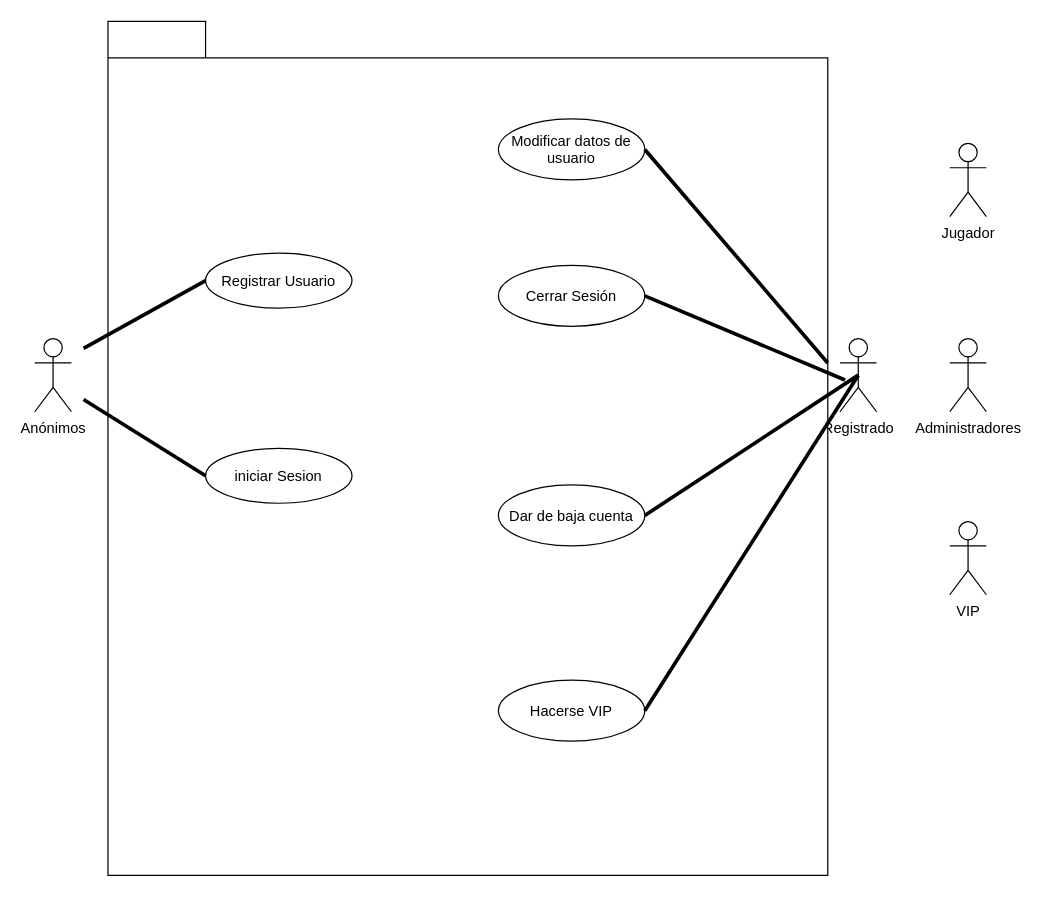
This is GALAXY/CasosdeUsos.drawio from Pattov/clases, a draw.io file, before an edit. Source tidied: cells renumbered, new cells numbered last; positions are measured from the earlier drawing's top-left corner, leaving out a move shared by most shapes. Both pictures are drawn from the tidied source at 122%, with x=0, y=0 at pixel (34, 21).
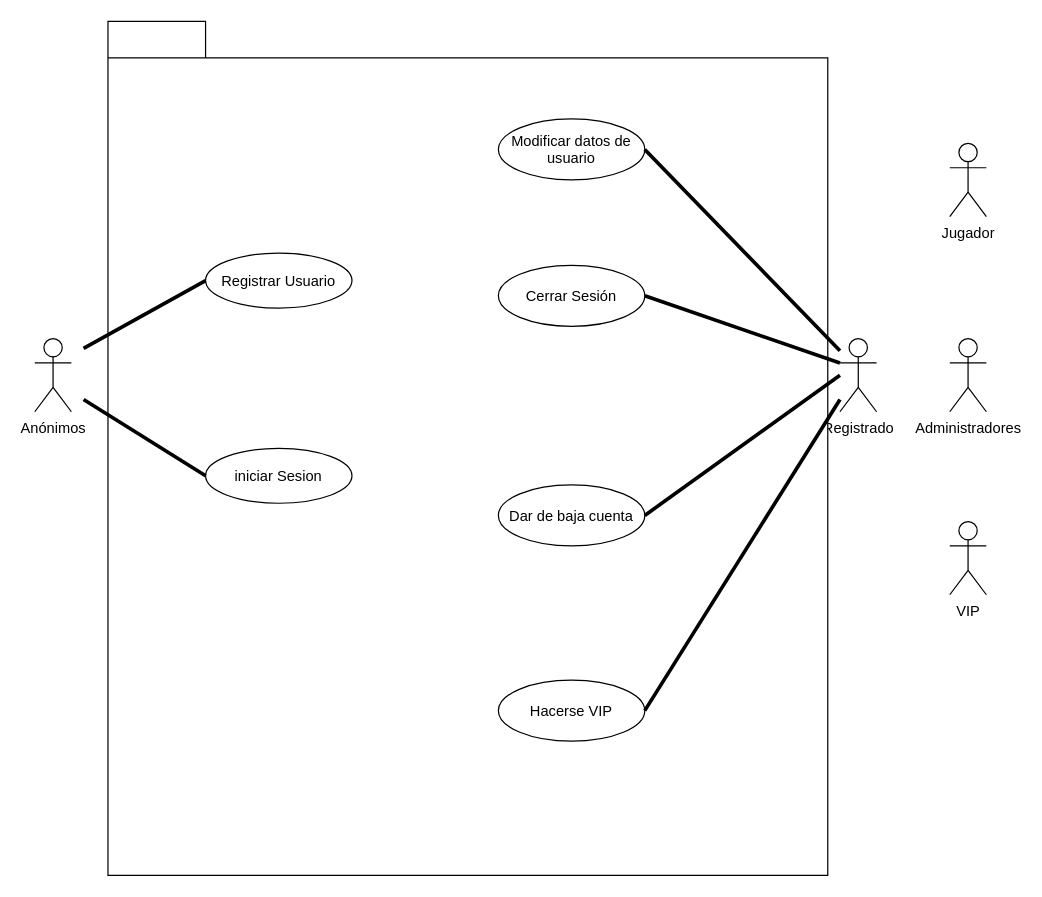
The same page after the edit.

Unchanged cells that the change refers to:
```xml
<mxCell id="4" value="Registrado" style="shape=umlActor;verticalLabelPosition=bottom;verticalAlign=top;html=1;" parent="1" vertex="1">
  <mxGeometry x="660" y="260" width="30" height="60" as="geometry" />
</mxCell>
<mxCell id="7" style="shape=folder;fontStyle=1;tabWidth=80;tabHeight=30;tabPosition=left;html=1;boundedLbl=1;align=center;" parent="1" vertex="1">
  <mxGeometry x="60" width="590" height="700" as="geometry" />
</mxCell>
<mxCell id="10" value="Modificar datos de &#10;usuario" style="ellipse;" parent="1" vertex="1">
  <mxGeometry x="380" y="80" width="120" height="50" as="geometry" />
</mxCell>
<mxCell id="11" value="Cerrar Sesión" style="ellipse;" parent="1" vertex="1">
  <mxGeometry x="380" y="200" width="120" height="50" as="geometry" />
</mxCell>
<mxCell id="12" value="Dar de baja cuenta" style="ellipse;" parent="1" vertex="1">
  <mxGeometry x="380" y="380" width="120" height="50" as="geometry" />
</mxCell>
<mxCell id="13" value="Hacerse VIP" style="ellipse;" parent="1" vertex="1">
  <mxGeometry x="380" y="540" width="120" height="50" as="geometry" />
</mxCell>
```

What changed in the source:
```diff
@@
     <mxCell id="15" style="endArrow=none;startArrow=none;endFill=0;startFill=0;endSize=8;html=1;verticalAlign=bottom;labelBackgroundColor=none;strokeWidth=3;entryX=1;entryY=0.5;entryDx=0;entryDy=0;" parent="1" edge="1" target="10">
       <mxGeometry relative="1" as="geometry">
-        <mxPoint x="650" y="280" as="sourcePoint" />
+        <mxPoint x="660" y="270" as="sourcePoint" />
       </mxGeometry>
     </mxCell>
-    <mxCell id="16" style="endArrow=none;startArrow=none;endFill=0;startFill=0;endSize=8;html=1;verticalAlign=bottom;labelBackgroundColor=none;strokeWidth=3;entryX=1;entryY=0.5;entryDx=0;entryDy=0;exitX=1.024;exitY=0.42;exitDx=0;exitDy=0;exitPerimeter=0;" parent="1" edge="1" source="7" target="11">
+    <mxCell id="16" style="endArrow=none;startArrow=none;endFill=0;startFill=0;endSize=8;html=1;verticalAlign=bottom;labelBackgroundColor=none;strokeWidth=3;entryX=1;entryY=0.5;entryDx=0;entryDy=0;exitX=0;exitY=0.3333333333333333;exitDx=0;exitDy=0;exitPerimeter=0;" parent="1" edge="1" source="4" target="11">
       <mxGeometry relative="1" as="geometry" />
     </mxCell>
@@
-    <mxCell id="18" style="endArrow=none;startArrow=none;endFill=0;startFill=0;endSize=8;html=1;verticalAlign=bottom;labelBackgroundColor=none;strokeWidth=3;exitX=0.5;exitY=0.5;exitDx=0;exitDy=0;exitPerimeter=0;entryX=1;entryY=0.5;entryDx=0;entryDy=0;" parent="1" edge="1" source="4" target="12">
-      <mxGeometry relative="1" as="geometry" />
+    <mxCell id="18" style="endArrow=none;startArrow=none;endFill=0;startFill=0;endSize=8;html=1;verticalAlign=bottom;labelBackgroundColor=none;strokeWidth=3;entryX=1;entryY=0.5;entryDx=0;entryDy=0;" parent="1" edge="1" target="12">
+      <mxGeometry relative="1" as="geometry">
+        <mxPoint x="660" y="290" as="sourcePoint" />
+      </mxGeometry>
     </mxCell>
-    <mxCell id="19" style="endArrow=none;startArrow=none;endFill=0;startFill=0;endSize=8;html=1;verticalAlign=bottom;labelBackgroundColor=none;strokeWidth=3;exitX=0.5;exitY=0.5;exitDx=0;exitDy=0;exitPerimeter=0;entryX=1;entryY=0.5;entryDx=0;entryDy=0;" parent="1" edge="1" source="4" target="13">
-      <mxGeometry relative="1" as="geometry" />
+    <mxCell id="19" style="endArrow=none;startArrow=none;endFill=0;startFill=0;endSize=8;html=1;verticalAlign=bottom;labelBackgroundColor=none;strokeWidth=3;entryX=1;entryY=0.5;entryDx=0;entryDy=0;" parent="1" edge="1" target="13">
+      <mxGeometry relative="1" as="geometry">
+        <mxPoint x="660" y="310" as="sourcePoint" />
+      </mxGeometry>
     </mxCell>
```
